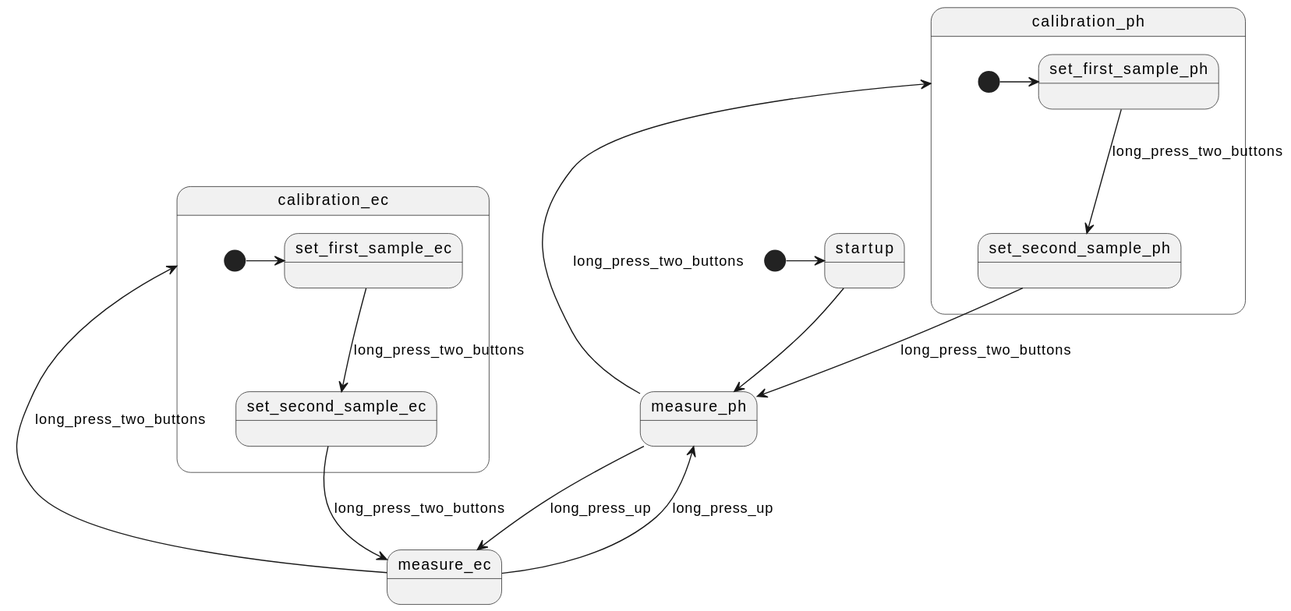
Above: schems/state_chart/work_schem.svg in InzynierDomu/PhECMeter (PlantUML), before the change.
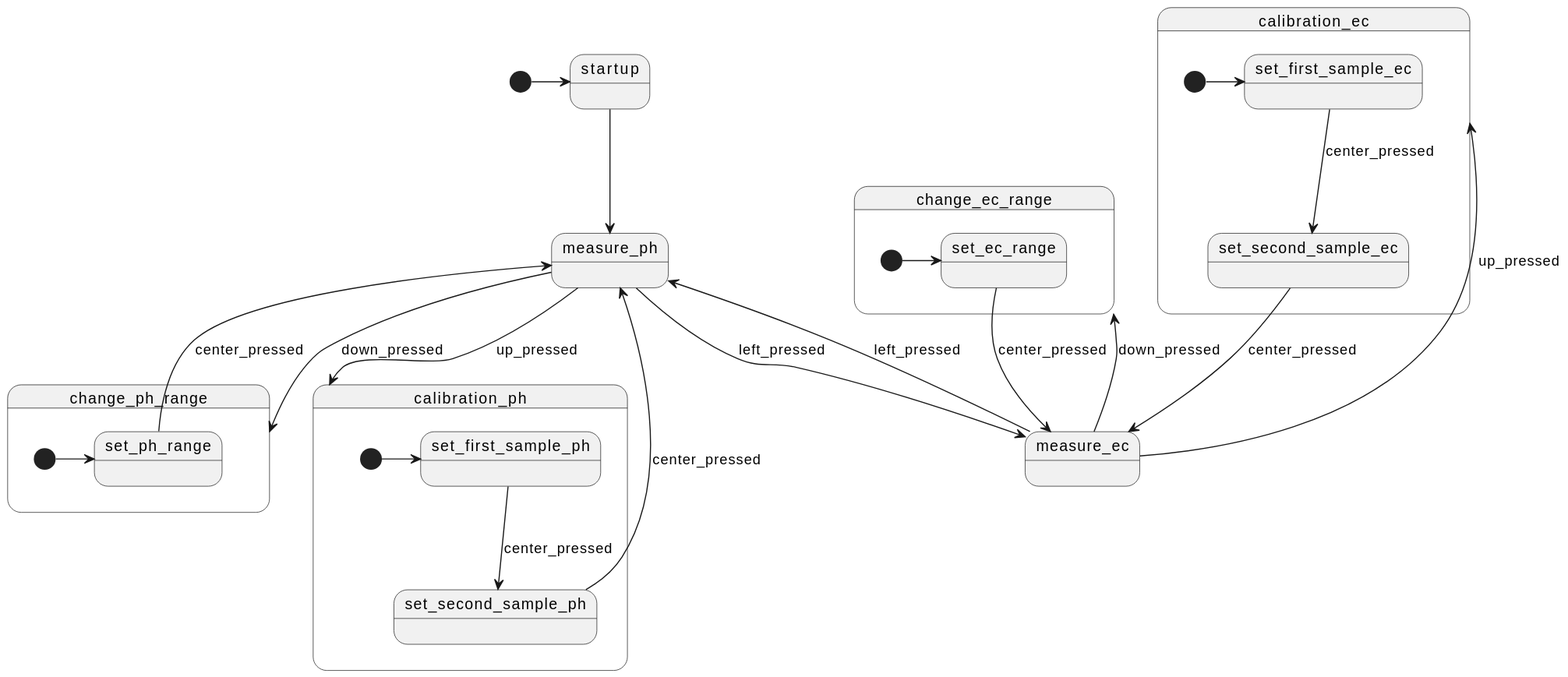
The same diagram one commit later.

Diff of the diagram source:
```diff
@@ -1,20 +1,32 @@
 @startuml
 [*]->startup
 startup --> measure_ph
-measure_ph --> measure_ec : long_press_up
-measure_ph --> calibration_ph : long_press_two_buttons
-measure_ec --> calibration_ec : long_press_two_buttons
-measure_ec --> measure_ph : long_press_up
+measure_ph --> measure_ec : left_pressed
+measure_ph --> calibration_ph : up_pressed
+measure_ph --> change_ph_range :down_pressed
+measure_ec --> calibration_ec : up_pressed
+measure_ec --> change_ec_range :down_pressed
+measure_ec --> measure_ph : left_pressed
 
 state calibration_ph{
     [*] -> set_first_sample_ph
-    set_first_sample_ph --> set_second_sample_ph : long_press_two_buttons
-    set_second_sample_ph --> measure_ph : long_press_two_buttons
+    set_first_sample_ph --> set_second_sample_ph : center_pressed
+    set_second_sample_ph --> measure_ph : center_pressed
 }
 
 state calibration_ec{
     [*] -> set_first_sample_ec
-    set_first_sample_ec --> set_second_sample_ec : long_press_two_buttons
-    set_second_sample_ec --> measure_ec : long_press_two_buttons
+    set_first_sample_ec --> set_second_sample_ec : center_pressed
+    set_second_sample_ec --> measure_ec : center_pressed
+}
+
+state change_ph_range{
+    [*] -> set_ph_range
+    set_ph_range --> measure_ph : center_pressed
+}
+
+state change_ec_range{
+    [*] -> set_ec_range
+    set_ec_range --> measure_ec : center_pressed
 }
 @enduml
```
